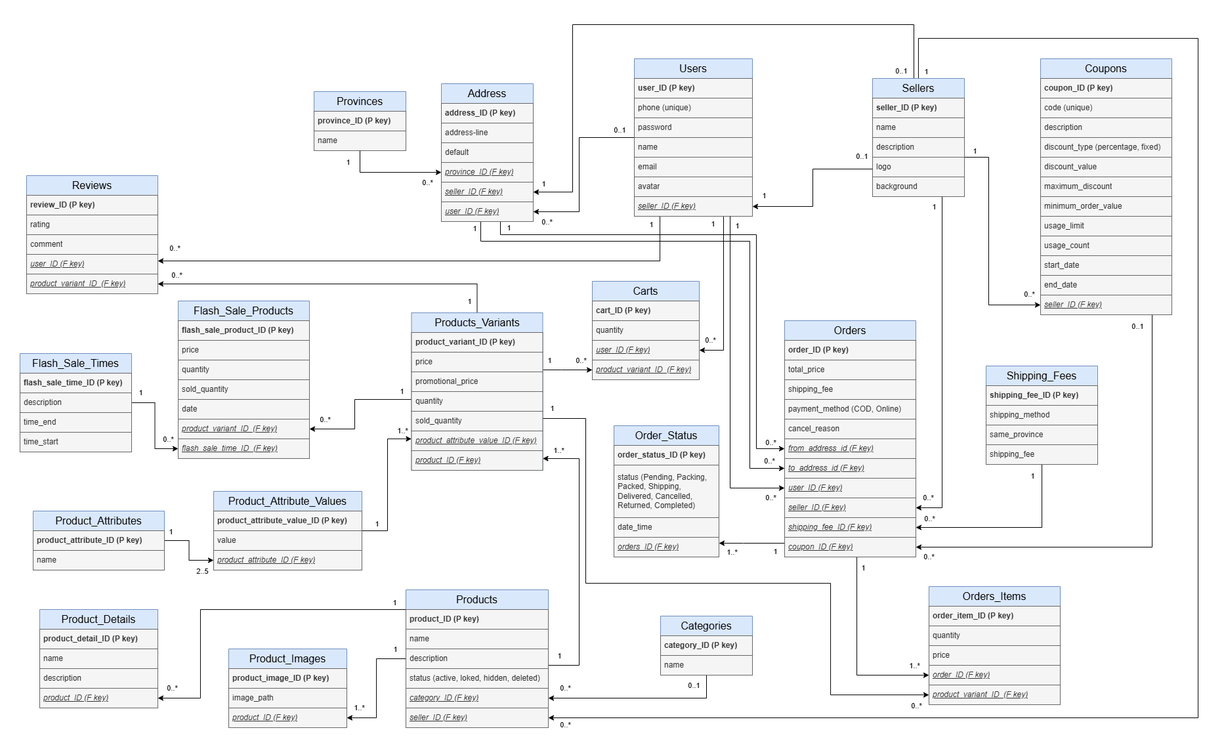
This is document/database.drawio.png from thanhba0505/shoplands, a draw.io export, as it was before one commit. Source tidied: cells renumbered, new cells last; positions are measured from the earlier drawing's top-left corner, leaving out a move shared by most shapes.
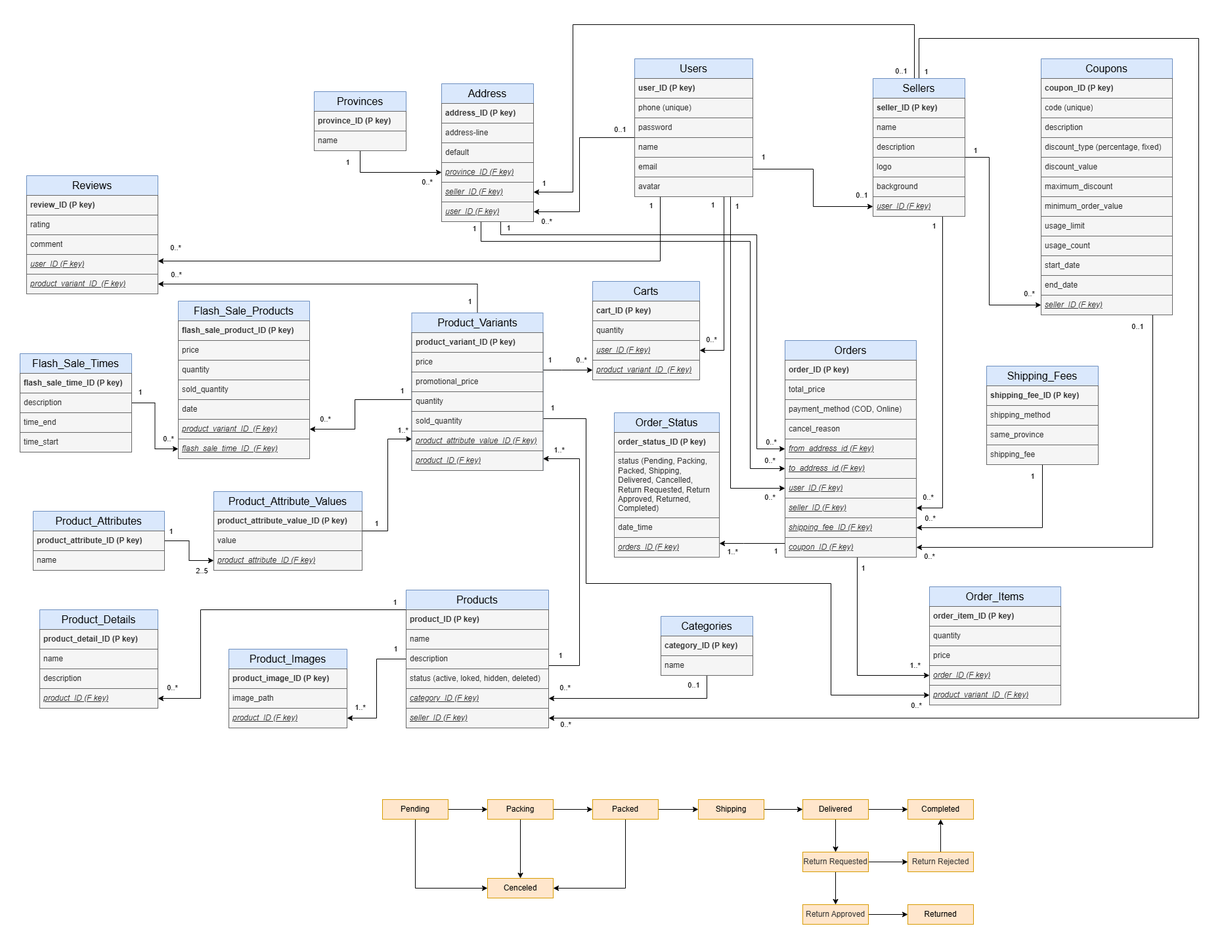
The same file after the commit.

Commit message:
completed seeder db

What changed in the source:
```diff
@@ -55,7 +55,7 @@
       </mxGeometry>
     </mxCell>
     <mxCell id="11" value="Users" style="swimlane;fontStyle=0;horizontal=1;startSize=30;whiteSpace=wrap;html=1;fillColor=#dae8fc;strokeColor=#6c8ebf;fontSize=16;swimlaneLine=0;" parent="1" vertex="1">
-      <mxGeometry x="936" y="52" width="180" height="240" as="geometry" />
+      <mxGeometry x="936" y="52" width="180" height="210" as="geometry" />
     </mxCell>
     <mxCell id="12" value="user_ID (P key)" style="text;strokeColor=#666666;fillColor=#f5f5f5;align=left;verticalAlign=middle;spacingLeft=4;spacingRight=4;overflow=hidden;whiteSpace=wrap;html=1;fontStyle=1;horizontal=1;fontColor=#333333;swimlaneLine=0;" parent="11" vertex="1">
       <mxGeometry y="30" width="180" height="30" as="geometry" />
@@ -75,9 +75,6 @@
     <mxCell id="17" value="avatar" style="text;strokeColor=#666666;fillColor=#f5f5f5;align=left;verticalAlign=middle;spacingLeft=4;spacingRight=4;overflow=hidden;whiteSpace=wrap;html=1;fontColor=#333333;swimlaneLine=0;" parent="11" vertex="1">
       <mxGeometry y="180" width="180" height="30" as="geometry" />
     </mxCell>
-    <mxCell id="18" value="seller_ID (F key)" style="text;strokeColor=#666666;fillColor=#f5f5f5;align=left;verticalAlign=middle;spacingLeft=4;spacingRight=4;overflow=hidden;points=[[0,0.5],[1,0.5]];portConstraint=eastwest;whiteSpace=wrap;html=1;fontColor=#333333;fontStyle=6;swimlaneLine=0;" parent="11" vertex="1">
-      <mxGeometry y="210" width="180" height="30" as="geometry" />
-    </mxCell>
     <mxCell id="19" style="edgeStyle=orthogonalEdgeStyle;rounded=0;jettySize=auto;html=1;fontFamily=Helvetica;fontSize=12;fontColor=default;fontStyle=0;swimlaneLine=0;" parent="1" edge="1" source="31" target="184">
       <mxGeometry relative="1" as="geometry">
         <Array as="points">
@@ -152,7 +149,7 @@
       </mxGeometry>
     </mxCell>
     <mxCell id="31" value="Sellers" style="swimlane;fontStyle=0;horizontal=1;startSize=30;whiteSpace=wrap;html=1;fillColor=#dae8fc;strokeColor=#6c8ebf;fontSize=16;swimlaneLine=0;" parent="1" vertex="1">
-      <mxGeometry x="1299" y="82" width="140" height="180" as="geometry" />
+      <mxGeometry x="1299" y="82" width="140" height="210" as="geometry" />
     </mxCell>
     <mxCell id="32" value="seller_ID (P key)" style="text;strokeColor=#666666;fillColor=#f5f5f5;align=left;verticalAlign=middle;spacingLeft=4;spacingRight=4;overflow=hidden;whiteSpace=wrap;html=1;fontStyle=1;horizontal=1;fontColor=#333333;swimlaneLine=0;" parent="31" vertex="1">
       <mxGeometry y="30" width="140" height="30" as="geometry" />
@@ -169,6 +166,9 @@
     <mxCell id="36" value="background" style="text;strokeColor=#666666;fillColor=#f5f5f5;align=left;verticalAlign=middle;spacingLeft=4;spacingRight=4;overflow=hidden;whiteSpace=wrap;html=1;fontColor=#333333;swimlaneLine=0;" parent="31" vertex="1">
       <mxGeometry y="150" width="140" height="30" as="geometry" />
     </mxCell>
+    <mxCell id="18" value="user_ID (F key)" style="text;strokeColor=#666666;fillColor=#f5f5f5;align=left;verticalAlign=middle;spacingLeft=4;spacingRight=4;overflow=hidden;points=[[0,0.5],[1,0.5]];portConstraint=eastwest;whiteSpace=wrap;html=1;fontColor=#333333;fontStyle=6;swimlaneLine=0;" parent="31" vertex="1">
+      <mxGeometry y="180" width="140" height="30" as="geometry" />
+    </mxCell>
     <mxCell id="37" style="edgeStyle=orthogonalEdgeStyle;rounded=0;jettySize=auto;html=1;" parent="1" edge="1" source="43" target="103">
       <mxGeometry relative="1" as="geometry">
         <Array as="points">
@@ -341,7 +341,7 @@
         <mxPoint y="-15" as="offset" />
       </mxGeometry>
     </mxCell>
-    <mxCell id="74" value="Products_Variants" style="swimlane;fontStyle=0;horizontal=1;startSize=30;whiteSpace=wrap;html=1;fillColor=#dae8fc;strokeColor=#6c8ebf;fontSize=16;swimlaneLine=0;" parent="1" vertex="1">
+    <mxCell id="74" value="Product_Variants" style="swimlane;fontStyle=0;horizontal=1;startSize=30;whiteSpace=wrap;html=1;fillColor=#dae8fc;strokeColor=#6c8ebf;fontSize=16;swimlaneLine=0;" parent="1" vertex="1">
       <mxGeometry x="596.5" y="439" width="200" height="240" as="geometry" />
     </mxCell>
     <mxCell id="75" value="product_variant_ID (P key)" style="text;strokeColor=#666666;fillColor=#f5f5f5;align=left;verticalAlign=middle;spacingLeft=4;spacingRight=4;overflow=hidden;whiteSpace=wrap;html=1;fontStyle=1;horizontal=1;fontColor=#333333;swimlaneLine=0;" parent="74" vertex="1">
@@ -428,7 +428,7 @@
       </mxGeometry>
     </mxCell>
     <mxCell id="97" value="Orders" style="swimlane;fontStyle=0;horizontal=1;startSize=30;whiteSpace=wrap;html=1;fillColor=#dae8fc;strokeColor=#6c8ebf;fontSize=16;swimlaneLine=0;" parent="1" vertex="1">
-      <mxGeometry x="1165" y="451" width="200" height="360" as="geometry" />
+      <mxGeometry x="1165" y="481" width="200" height="330" as="geometry" />
     </mxCell>
     <mxCell id="98" value="order_ID (P key)" style="text;strokeColor=#666666;fillColor=#f5f5f5;align=left;verticalAlign=middle;spacingLeft=4;spacingRight=4;overflow=hidden;whiteSpace=wrap;html=1;fontStyle=1;horizontal=1;fontColor=#333333;swimlaneLine=0;" parent="97" vertex="1">
       <mxGeometry y="30" width="200" height="30" as="geometry" />
@@ -436,32 +436,29 @@
     <mxCell id="99" value="total_price" style="text;strokeColor=#666666;fillColor=#f5f5f5;align=left;verticalAlign=middle;spacingLeft=4;spacingRight=4;overflow=hidden;whiteSpace=wrap;html=1;fontColor=#333333;swimlaneLine=0;" parent="97" vertex="1">
       <mxGeometry y="60" width="200" height="30" as="geometry" />
     </mxCell>
-    <mxCell id="100" value="shipping_fee" style="text;strokeColor=#666666;fillColor=#f5f5f5;align=left;verticalAlign=middle;spacingLeft=4;spacingRight=4;overflow=hidden;whiteSpace=wrap;html=1;fontColor=#333333;swimlaneLine=0;" parent="97" vertex="1">
-      <mxGeometry y="90" width="200" height="30" as="geometry" />
-    </mxCell>
     <mxCell id="101" value="payment_method (COD, Online)" style="text;strokeColor=#666666;fillColor=#f5f5f5;align=left;verticalAlign=middle;spacingLeft=4;spacingRight=4;overflow=hidden;whiteSpace=wrap;html=1;fontColor=#333333;swimlaneLine=0;" parent="97" vertex="1">
-      <mxGeometry y="120" width="200" height="30" as="geometry" />
+      <mxGeometry y="90" width="200" height="30" as="geometry" />
     </mxCell>
     <mxCell id="102" value="cancel_reason" style="text;strokeColor=#666666;fillColor=#f5f5f5;align=left;verticalAlign=middle;spacingLeft=4;spacingRight=4;overflow=hidden;whiteSpace=wrap;html=1;fontColor=#333333;swimlaneLine=0;" parent="97" vertex="1">
-      <mxGeometry y="150" width="200" height="30" as="geometry" />
+      <mxGeometry y="120" width="200" height="30" as="geometry" />
     </mxCell>
     <mxCell id="103" value="from_address_id (F key)" style="text;strokeColor=#666666;fillColor=#f5f5f5;align=left;verticalAlign=middle;spacingLeft=4;spacingRight=4;overflow=hidden;points=[[0,0.5],[1,0.5]];portConstraint=eastwest;whiteSpace=wrap;html=1;fontColor=#333333;swimlaneLine=0;fontStyle=6;" parent="97" vertex="1">
-      <mxGeometry y="180" width="200" height="30" as="geometry" />
+      <mxGeometry y="150" width="200" height="30" as="geometry" />
     </mxCell>
     <mxCell id="104" value="to_address_id (F key)" style="text;strokeColor=#666666;fillColor=#f5f5f5;align=left;verticalAlign=middle;spacingLeft=4;spacingRight=4;overflow=hidden;points=[[0,0.5],[1,0.5]];portConstraint=eastwest;whiteSpace=wrap;html=1;fontColor=#333333;swimlaneLine=0;fontStyle=6;" parent="97" vertex="1">
-      <mxGeometry y="210" width="200" height="30" as="geometry" />
+      <mxGeometry y="180" width="200" height="30" as="geometry" />
     </mxCell>
     <mxCell id="105" value="user_ID (F key)" style="text;strokeColor=#666666;fillColor=#f5f5f5;align=left;verticalAlign=middle;spacingLeft=4;spacingRight=4;overflow=hidden;points=[[0,0.5],[1,0.5]];portConstraint=eastwest;whiteSpace=wrap;html=1;fontColor=#333333;fontStyle=6;swimlaneLine=0;" parent="97" vertex="1">
-      <mxGeometry y="240" width="200" height="30" as="geometry" />
+      <mxGeometry y="210" width="200" height="30" as="geometry" />
     </mxCell>
     <mxCell id="106" value="seller_ID (F key)" style="text;strokeColor=#666666;fillColor=#f5f5f5;align=left;verticalAlign=middle;spacingLeft=4;spacingRight=4;overflow=hidden;points=[[0,0.5],[1,0.5]];portConstraint=eastwest;whiteSpace=wrap;html=1;fontColor=#333333;fontStyle=6;swimlaneLine=0;" parent="97" vertex="1">
-      <mxGeometry y="270" width="200" height="30" as="geometry" />
+      <mxGeometry y="240" width="200" height="30" as="geometry" />
     </mxCell>
     <mxCell id="107" value="shipping_fee_ID (F key)" style="text;strokeColor=#666666;fillColor=#f5f5f5;align=left;verticalAlign=middle;spacingLeft=4;spacingRight=4;overflow=hidden;points=[[0,0.5],[1,0.5]];portConstraint=eastwest;whiteSpace=wrap;html=1;fontColor=#333333;fontStyle=6;swimlaneLine=0;" parent="97" vertex="1">
-      <mxGeometry y="300" width="200" height="30" as="geometry" />
+      <mxGeometry y="270" width="200" height="30" as="geometry" />
     </mxCell>
     <mxCell id="108" value="coupon_ID (F key)" style="text;strokeColor=#666666;fillColor=#f5f5f5;align=left;verticalAlign=middle;spacingLeft=4;spacingRight=4;overflow=hidden;points=[[0,0.5],[1,0.5]];portConstraint=eastwest;whiteSpace=wrap;html=1;fontColor=#333333;fontStyle=6;swimlaneLine=0;" parent="97" vertex="1">
-      <mxGeometry y="330" width="200" height="30" as="geometry" />
+      <mxGeometry y="300" width="200" height="30" as="geometry" />
     </mxCell>
     <mxCell id="109" style="edgeStyle=orthogonalEdgeStyle;rounded=0;jettySize=auto;html=1;fontFamily=Helvetica;fontSize=12;fontColor=default;fontStyle=0;swimlaneLine=0;" parent="1" edge="1" source="11" target="105">
       <mxGeometry relative="1" as="geometry">
@@ -480,7 +477,7 @@
         <mxPoint x="13" y="14" as="offset" />
       </mxGeometry>
     </mxCell>
-    <mxCell id="112" value="Orders_Items" style="swimlane;fontStyle=0;horizontal=1;startSize=30;whiteSpace=wrap;html=1;fillColor=#dae8fc;strokeColor=#6c8ebf;fontSize=16;swimlaneLine=0;" parent="1" vertex="1">
+    <mxCell id="112" value="Order_Items" style="swimlane;fontStyle=0;horizontal=1;startSize=30;whiteSpace=wrap;html=1;fillColor=#dae8fc;strokeColor=#6c8ebf;fontSize=16;swimlaneLine=0;" parent="1" vertex="1">
       <mxGeometry x="1385" y="856" width="200" height="180" as="geometry" />
     </mxCell>
     <mxCell id="113" value="order_item_ID (P key)" style="text;strokeColor=#666666;fillColor=#f5f5f5;align=left;verticalAlign=middle;spacingLeft=4;spacingRight=4;overflow=hidden;whiteSpace=wrap;html=1;fontStyle=1;horizontal=1;fontColor=#333333;swimlaneLine=0;" parent="112" vertex="1">
@@ -794,21 +791,21 @@
       <mxGeometry y="120" width="170" height="30" as="geometry" />
     </mxCell>
     <mxCell id="198" value="Order_Status" style="swimlane;fontStyle=0;horizontal=1;startSize=30;whiteSpace=wrap;html=1;fillColor=#dae8fc;strokeColor=#6c8ebf;fontSize=16;swimlaneLine=0;" parent="1" vertex="1">
-      <mxGeometry x="905" y="611" width="160" height="200" as="geometry" />
+      <mxGeometry x="905" y="591" width="160" height="220" as="geometry" />
     </mxCell>
     <mxCell id="199" value="order_status_ID (P key)" style="text;strokeColor=#666666;fillColor=#f5f5f5;align=left;verticalAlign=middle;spacingLeft=4;spacingRight=4;overflow=hidden;whiteSpace=wrap;html=1;fontStyle=1;horizontal=1;fontColor=#333333;swimlaneLine=0;" parent="198" vertex="1">
       <mxGeometry y="30" width="160" height="30" as="geometry" />
     </mxCell>
-    <mxCell id="200" value="status (Pending, Packing, Packed, Shipping, Delivered, Cancelled, Returned, Completed)" style="text;strokeColor=#666666;fillColor=#f5f5f5;align=left;verticalAlign=middle;spacingLeft=4;spacingRight=4;overflow=hidden;whiteSpace=wrap;html=1;fontColor=#333333;swimlaneLine=0;" parent="198" vertex="1">
-      <mxGeometry y="60" width="160" height="80" as="geometry" />
+    <mxCell id="200" value="status (Pending, Packing, Packed, Shipping, Delivered, Cancelled, Return Requested, Return Approved, Returned, Completed)" style="text;strokeColor=#666666;fillColor=#f5f5f5;align=left;verticalAlign=middle;spacingLeft=4;spacingRight=4;overflow=hidden;whiteSpace=wrap;html=1;fontColor=#333333;swimlaneLine=0;" parent="198" vertex="1">
+      <mxGeometry y="60" width="160" height="100" as="geometry" />
     </mxCell>
     <mxCell id="201" value="date_time" style="text;strokeColor=#666666;fillColor=#f5f5f5;align=left;verticalAlign=middle;spacingLeft=4;spacingRight=4;overflow=hidden;whiteSpace=wrap;html=1;fontColor=#333333;swimlaneLine=0;" parent="198" vertex="1">
-      <mxGeometry y="140" width="160" height="30" as="geometry" />
+      <mxGeometry y="160" width="160" height="30" as="geometry" />
     </mxCell>
     <mxCell id="202" value="orders_ID (F key)" style="text;strokeColor=#666666;fillColor=#f5f5f5;align=left;verticalAlign=middle;spacingLeft=4;spacingRight=4;overflow=hidden;points=[[0,0.5],[1,0.5]];portConstraint=eastwest;whiteSpace=wrap;html=1;fontColor=#333333;fontStyle=6;swimlaneLine=0;" parent="198" vertex="1">
-      <mxGeometry y="170" width="160" height="30" as="geometry" />
+      <mxGeometry y="190" width="160" height="30" as="geometry" />
     </mxCell>
-    <mxCell id="203" style="edgeStyle=orthogonalEdgeStyle;rounded=0;jettySize=auto;html=1;fontFamily=Helvetica;fontSize=12;fontColor=default;fontStyle=0;swimlaneLine=0;" parent="1" edge="1" source="31" target="18">
+    <mxCell id="203" style="edgeStyle=orthogonalEdgeStyle;rounded=0;jettySize=auto;html=1;fontFamily=Helvetica;fontSize=12;fontColor=default;fontStyle=0;swimlaneLine=0;" parent="1" edge="1" source="11" target="18">
       <mxGeometry relative="1" as="geometry">
         <Array as="points">
           <mxPoint x="1208" y="220" />
@@ -816,15 +813,95 @@
         </Array>
       </mxGeometry>
     </mxCell>
-    <mxCell id="204" value="0..1" style="edgeLabel;html=1;align=center;verticalAlign=middle;" parent="203" vertex="1">
+    <mxCell id="204" value="1" style="edgeLabel;html=1;align=center;verticalAlign=middle;" parent="203" vertex="1">
       <mxGeometry x="-0.91" y="-1" relative="1" as="geometry">
-        <mxPoint x="-6" y="-19" as="offset" />
+        <mxPoint x="5" y="-19" as="offset" />
       </mxGeometry>
     </mxCell>
-    <mxCell id="205" value="1" style="edgeLabel;html=1;align=center;verticalAlign=middle;" parent="203" vertex="1">
+    <mxCell id="205" value="0..1" style="edgeLabel;html=1;align=center;verticalAlign=middle;" parent="203" vertex="1">
       <mxGeometry x="0.85" relative="1" as="geometry">
         <mxPoint y="-17" as="offset" />
       </mxGeometry>
     </mxCell>
+    <mxCell id="206" style="edgeStyle=orthogonalEdgeStyle;rounded=0;jettySize=auto;html=1;" parent="1" edge="1" source="208" target="211">
+      <mxGeometry relative="1" as="geometry" />
+    </mxCell>
+    <mxCell id="207" style="edgeStyle=orthogonalEdgeStyle;rounded=0;jettySize=auto;html=1;" parent="1" edge="1" source="208" target="220">
+      <mxGeometry relative="1" as="geometry">
+        <Array as="points">
+          <mxPoint x="602" y="1315" />
+        </Array>
+      </mxGeometry>
+    </mxCell>
+    <mxCell id="208" value="Pending" style="rounded=0;whiteSpace=wrap;html=1;fillColor=#ffe6cc;strokeColor=#d79b00;" parent="1" vertex="1">
+      <mxGeometry x="552" y="1180" width="100" height="30" as="geometry" />
+    </mxCell>
+    <mxCell id="209" style="edgeStyle=orthogonalEdgeStyle;rounded=0;jettySize=auto;html=1;" parent="1" edge="1" source="211" target="214">
+      <mxGeometry relative="1" as="geometry" />
+    </mxCell>
+    <mxCell id="210" style="edgeStyle=orthogonalEdgeStyle;rounded=0;jettySize=auto;html=1;" parent="1" edge="1" source="211" target="220">
+      <mxGeometry relative="1" as="geometry" />
+    </mxCell>
+    <mxCell id="211" value="Packing" style="rounded=0;whiteSpace=wrap;html=1;fillColor=#ffe6cc;strokeColor=#d79b00;" parent="1" vertex="1">
+      <mxGeometry x="712" y="1180" width="100" height="30" as="geometry" />
+    </mxCell>
+    <mxCell id="212" style="edgeStyle=orthogonalEdgeStyle;rounded=0;jettySize=auto;html=1;" parent="1" edge="1" source="214" target="216">
+      <mxGeometry relative="1" as="geometry" />
+    </mxCell>
+    <mxCell id="213" style="edgeStyle=orthogonalEdgeStyle;rounded=0;jettySize=auto;html=1;" parent="1" edge="1" source="214" target="220">
+      <mxGeometry relative="1" as="geometry">
+        <Array as="points">
+          <mxPoint x="922" y="1315" />
+        </Array>
+      </mxGeometry>
+    </mxCell>
+    <mxCell id="214" value="Packed" style="rounded=0;whiteSpace=wrap;html=1;fillColor=#ffe6cc;strokeColor=#d79b00;" parent="1" vertex="1">
+      <mxGeometry x="872" y="1180" width="100" height="30" as="geometry" />
+    </mxCell>
+    <mxCell id="215" style="edgeStyle=orthogonalEdgeStyle;rounded=0;jettySize=auto;html=1;" parent="1" edge="1" source="216" target="219">
+      <mxGeometry relative="1" as="geometry" />
+    </mxCell>
+    <mxCell id="216" value="Shipping" style="rounded=0;whiteSpace=wrap;html=1;fillColor=#ffe6cc;strokeColor=#d79b00;" parent="1" vertex="1">
+      <mxGeometry x="1033" y="1180" width="100" height="30" as="geometry" />
+    </mxCell>
+    <mxCell id="217" style="edgeStyle=orthogonalEdgeStyle;rounded=0;jettySize=auto;html=1;" parent="1" edge="1" source="219" target="222">
+      <mxGeometry relative="1" as="geometry" />
+    </mxCell>
+    <mxCell id="218" style="edgeStyle=orthogonalEdgeStyle;rounded=0;jettySize=auto;html=1;" parent="1" edge="1" source="219" target="225">
+      <mxGeometry relative="1" as="geometry" />
+    </mxCell>
+    <mxCell id="219" value="Delivered" style="rounded=0;whiteSpace=wrap;html=1;fillColor=#ffe6cc;strokeColor=#d79b00;" parent="1" vertex="1">
+      <mxGeometry x="1192" y="1180" width="100" height="30" as="geometry" />
+    </mxCell>
+    <mxCell id="220" value="Cenceled" style="rounded=0;whiteSpace=wrap;html=1;fillColor=#ffe6cc;strokeColor=#d79b00;" parent="1" vertex="1">
+      <mxGeometry x="712" y="1300" width="100" height="30" as="geometry" />
+    </mxCell>
+    <mxCell id="221" value="Returned" style="rounded=0;whiteSpace=wrap;html=1;fillColor=#ffe6cc;strokeColor=#d79b00;" parent="1" vertex="1">
+      <mxGeometry x="1352" y="1340" width="100" height="30" as="geometry" />
+    </mxCell>
+    <mxCell id="222" value="Completed" style="rounded=0;whiteSpace=wrap;html=1;fillColor=#ffe6cc;strokeColor=#d79b00;" parent="1" vertex="1">
+      <mxGeometry x="1352" y="1180" width="100" height="30" as="geometry" />
+    </mxCell>
+    <mxCell id="223" style="edgeStyle=orthogonalEdgeStyle;rounded=0;jettySize=auto;html=1;" parent="1" edge="1" source="225" target="227">
+      <mxGeometry relative="1" as="geometry" />
+    </mxCell>
+    <mxCell id="224" style="edgeStyle=orthogonalEdgeStyle;rounded=0;jettySize=auto;html=1;" parent="1" edge="1" source="225" target="229">
+      <mxGeometry relative="1" as="geometry" />
+    </mxCell>
+    <mxCell id="225" value="&lt;span style=&quot;color: rgb(51, 51, 51); text-align: left;&quot;&gt;Return Requested&lt;/span&gt;" style="rounded=0;whiteSpace=wrap;html=1;fillColor=#ffe6cc;strokeColor=#d79b00;" parent="1" vertex="1">
+      <mxGeometry x="1192" y="1260" width="100" height="30" as="geometry" />
+    </mxCell>
+    <mxCell id="226" style="edgeStyle=orthogonalEdgeStyle;rounded=0;jettySize=auto;html=1;" parent="1" edge="1" source="227" target="221">
+      <mxGeometry relative="1" as="geometry" />
+    </mxCell>
+    <mxCell id="227" value="&lt;span style=&quot;color: rgb(51, 51, 51); text-align: left;&quot;&gt;Return Approved&lt;/span&gt;" style="rounded=0;whiteSpace=wrap;html=1;fillColor=#ffe6cc;strokeColor=#d79b00;" parent="1" vertex="1">
+      <mxGeometry x="1192" y="1340" width="100" height="30" as="geometry" />
+    </mxCell>
+    <mxCell id="228" style="edgeStyle=orthogonalEdgeStyle;rounded=0;jettySize=auto;html=1;" parent="1" edge="1" source="229" target="222">
+      <mxGeometry relative="1" as="geometry" />
+    </mxCell>
+    <mxCell id="229" value="&lt;span style=&quot;color: rgb(51, 51, 51); text-align: left;&quot;&gt;Return Rejected&lt;/span&gt;" style="rounded=0;whiteSpace=wrap;html=1;fillColor=#ffe6cc;strokeColor=#d79b00;" parent="1" vertex="1">
+      <mxGeometry x="1352" y="1260" width="100" height="30" as="geometry" />
+    </mxCell>
   </root>
 </mxGraphModel>
```
